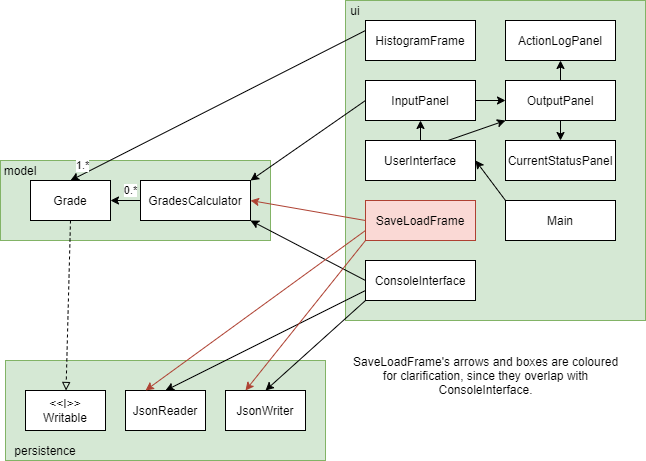
This is data/Project_Phase_4_Class_Diagram.png from Soneif/cpsc210_project, a draw.io export, as it was before one commit. Source tidied: cells renumbered, new cells last; positions are measured from the earlier drawing's top-left corner, leaving out a move shared by most shapes. The source it was exported from:
```xml
<mxGraphModel>
  <root>
    <mxCell id="0" />
    <mxCell id="1" parent="0" />
    <mxCell id="2" style="rounded=0;whiteSpace=wrap;html=1;fillColor=#d5e8d4;strokeColor=#82b366;" parent="1" vertex="1">
      <mxGeometry y="160" width="270" height="80" as="geometry" />
    </mxCell>
    <mxCell id="3" value="model" style="text;html=1;strokeColor=none;fillColor=none;align=center;verticalAlign=middle;whiteSpace=wrap;rounded=0;" parent="1" vertex="1">
      <mxGeometry y="160" width="40" height="20" as="geometry" />
    </mxCell>
    <mxCell id="4" style="rounded=0;whiteSpace=wrap;html=1;fillColor=#d5e8d4;strokeColor=#82b366;" parent="1" vertex="1">
      <mxGeometry x="345" width="300" height="320" as="geometry" />
    </mxCell>
    <mxCell id="5" value="ui" style="text;html=1;strokeColor=none;fillColor=none;align=center;verticalAlign=middle;whiteSpace=wrap;rounded=0;" parent="1" vertex="1">
      <mxGeometry x="345" width="20" height="20" as="geometry" />
    </mxCell>
    <mxCell id="6" style="rounded=0;whiteSpace=wrap;html=1;fillColor=#d5e8d4;strokeColor=#82b366;" parent="1" vertex="1">
      <mxGeometry x="5" y="360" width="320" height="100" as="geometry" />
    </mxCell>
    <mxCell id="7" value="persistence" style="text;html=1;strokeColor=none;fillColor=none;align=center;verticalAlign=middle;whiteSpace=wrap;rounded=0;" parent="1" vertex="1">
      <mxGeometry x="5" y="440" width="80" height="20" as="geometry" />
    </mxCell>
    <mxCell id="8" style="rounded=0;jettySize=auto;html=1;exitX=0.5;exitY=1;exitDx=0;exitDy=0;dashed=1;endArrow=block;endFill=0;" parent="1" edge="1" source="9" target="14">
      <mxGeometry relative="1" as="geometry" />
    </mxCell>
    <mxCell id="9" value="Grade" style="rounded=0;whiteSpace=wrap;html=1;" parent="1" vertex="1">
      <mxGeometry x="30" y="180" width="80" height="40" as="geometry" />
    </mxCell>
    <mxCell id="10" value="0.*" style="edgeStyle=none;rounded=0;jettySize=auto;html=1;exitX=0;exitY=0.5;exitDx=0;exitDy=0;entryX=1;entryY=0.5;entryDx=0;entryDy=0;" parent="1" edge="1" source="11" target="9">
      <mxGeometry x="-0.33" y="-10" relative="1" as="geometry" />
    </mxCell>
    <mxCell id="11" value="GradesCalculator" style="rounded=0;whiteSpace=wrap;html=1;" parent="1" vertex="1">
      <mxGeometry x="140" y="180" width="110" height="40" as="geometry" />
    </mxCell>
    <mxCell id="12" value="JsonReader" style="rounded=0;whiteSpace=wrap;html=1;" parent="1" vertex="1">
      <mxGeometry x="125" y="390" width="80" height="40" as="geometry" />
    </mxCell>
    <mxCell id="13" value="JsonWriter" style="rounded=0;whiteSpace=wrap;html=1;" parent="1" vertex="1">
      <mxGeometry x="225" y="390" width="80" height="40" as="geometry" />
    </mxCell>
    <mxCell id="14" value="&amp;lt;&amp;lt;I&amp;gt;&amp;gt;&lt;br&gt;Writable" style="rounded=0;whiteSpace=wrap;html=1;" parent="1" vertex="1">
      <mxGeometry x="25" y="390" width="80" height="40" as="geometry" />
    </mxCell>
    <mxCell id="15" value="ActionLogPanel" style="rounded=0;whiteSpace=wrap;html=1;" parent="1" vertex="1">
      <mxGeometry x="505" y="20" width="110" height="40" as="geometry" />
    </mxCell>
    <mxCell id="16" style="edgeStyle=none;rounded=0;jettySize=auto;html=1;exitX=0;exitY=0.5;exitDx=0;exitDy=0;entryX=1;entryY=1;entryDx=0;entryDy=0;endArrow=classic;endFill=1;" parent="1" edge="1" source="19" target="11">
      <mxGeometry relative="1" as="geometry" />
    </mxCell>
    <mxCell id="17" style="edgeStyle=none;rounded=0;jettySize=auto;html=1;exitX=0;exitY=0.75;exitDx=0;exitDy=0;entryX=0.5;entryY=0;entryDx=0;entryDy=0;endArrow=classic;endFill=1;" parent="1" edge="1" source="19" target="12">
      <mxGeometry relative="1" as="geometry" />
    </mxCell>
    <mxCell id="18" style="edgeStyle=none;rounded=0;jettySize=auto;html=1;exitX=0;exitY=1;exitDx=0;exitDy=0;entryX=0.5;entryY=0;entryDx=0;entryDy=0;endArrow=classic;endFill=1;" parent="1" edge="1" source="19" target="13">
      <mxGeometry relative="1" as="geometry" />
    </mxCell>
    <mxCell id="19" value="ConsoleInterface" style="rounded=0;whiteSpace=wrap;html=1;" parent="1" vertex="1">
      <mxGeometry x="365" y="260" width="110" height="40" as="geometry" />
    </mxCell>
    <mxCell id="20" value="CurrentStatusPanel&lt;span style=&quot;color: rgba(0 , 0 , 0 , 0) ; font-family: monospace ; font-size: 0px&quot;&gt;%3CmxGraphModel%3E%3Croot%3E%3CmxCell%20id%3D%220%22%2F%3E%3CmxCell%20id%3D%221%22%20parent%3D%220%22%2F%3E%3CmxCell%20id%3D%222%22%20value%3D%22ActionLogPanel%22%20style%3D%22rounded%3D0%3BwhiteSpace%3Dwrap%3Bhtml%3D1%3B%22%20vertex%3D%221%22%20parent%3D%221%22%3E%3CmxGeometry%20x%3D%22520%22%20y%3D%22110%22%20width%3D%22110%22%20height%3D%2240%22%20as%3D%22geometry%22%2F%3E%3C%2FmxCell%3E%3C%2Froot%3E%3C%2FmxGraphModel%3E&lt;/span&gt;" style="rounded=0;whiteSpace=wrap;html=1;" parent="1" vertex="1">
      <mxGeometry x="505" y="140" width="110" height="40" as="geometry" />
    </mxCell>
    <mxCell id="21" value="1.*" style="edgeStyle=none;rounded=0;jettySize=auto;html=1;exitX=0;exitY=0.25;exitDx=0;exitDy=0;entryX=0.5;entryY=0;entryDx=0;entryDy=0;endArrow=classic;endFill=1;" parent="1" edge="1" source="22" target="9">
      <mxGeometry x="0.89" y="-8" relative="1" as="geometry" />
    </mxCell>
    <mxCell id="22" value="HistogramFrame" style="rounded=0;whiteSpace=wrap;html=1;" parent="1" vertex="1">
      <mxGeometry x="365" y="20" width="110" height="40" as="geometry" />
    </mxCell>
    <mxCell id="23" style="edgeStyle=none;rounded=0;jettySize=auto;html=1;exitX=1;exitY=0.5;exitDx=0;exitDy=0;entryX=0;entryY=0.5;entryDx=0;entryDy=0;endArrow=classic;endFill=1;" parent="1" edge="1" source="25" target="28">
      <mxGeometry relative="1" as="geometry" />
    </mxCell>
    <mxCell id="24" style="edgeStyle=none;rounded=0;jettySize=auto;html=1;exitX=0;exitY=0.5;exitDx=0;exitDy=0;entryX=1;entryY=0;entryDx=0;entryDy=0;endArrow=classic;endFill=1;" parent="1" edge="1" source="25" target="11">
      <mxGeometry relative="1" as="geometry" />
    </mxCell>
    <mxCell id="25" value="InputPanel" style="rounded=0;whiteSpace=wrap;html=1;" parent="1" vertex="1">
      <mxGeometry x="365" y="80" width="110" height="40" as="geometry" />
    </mxCell>
    <mxCell id="26" style="edgeStyle=none;rounded=0;jettySize=auto;html=1;exitX=0.5;exitY=0;exitDx=0;exitDy=0;entryX=0.5;entryY=1;entryDx=0;entryDy=0;endArrow=classic;endFill=1;" parent="1" edge="1" source="28" target="15">
      <mxGeometry relative="1" as="geometry" />
    </mxCell>
    <mxCell id="27" style="edgeStyle=none;rounded=0;jettySize=auto;html=1;exitX=0.5;exitY=1;exitDx=0;exitDy=0;entryX=0.5;entryY=0;entryDx=0;entryDy=0;endArrow=classic;endFill=1;" parent="1" edge="1" source="28" target="20">
      <mxGeometry relative="1" as="geometry" />
    </mxCell>
    <mxCell id="28" value="OutputPanel" style="rounded=0;whiteSpace=wrap;html=1;" parent="1" vertex="1">
      <mxGeometry x="505" y="80" width="110" height="40" as="geometry" />
    </mxCell>
    <mxCell id="29" style="edgeStyle=none;rounded=0;jettySize=auto;html=1;exitX=0.5;exitY=0;exitDx=0;exitDy=0;entryX=0.5;entryY=1;entryDx=0;entryDy=0;endArrow=classic;endFill=1;" parent="1" edge="1" source="31" target="25">
      <mxGeometry relative="1" as="geometry" />
    </mxCell>
    <mxCell id="30" style="edgeStyle=none;rounded=0;jettySize=auto;html=1;exitX=0.75;exitY=0;exitDx=0;exitDy=0;entryX=0;entryY=1;entryDx=0;entryDy=0;endArrow=classic;endFill=1;" parent="1" edge="1" source="31" target="28">
      <mxGeometry relative="1" as="geometry" />
    </mxCell>
    <mxCell id="31" value="UserInterface" style="rounded=0;whiteSpace=wrap;html=1;" parent="1" vertex="1">
      <mxGeometry x="365" y="140" width="110" height="40" as="geometry" />
    </mxCell>
    <mxCell id="32" style="edgeStyle=none;rounded=0;jettySize=auto;html=1;exitX=0;exitY=0.5;exitDx=0;exitDy=0;entryX=1;entryY=0.5;entryDx=0;entryDy=0;endArrow=classic;endFill=1;fillColor=#fad9d5;strokeColor=#ae4132;" parent="1" edge="1" source="35" target="11">
      <mxGeometry relative="1" as="geometry" />
    </mxCell>
    <mxCell id="33" style="edgeStyle=none;rounded=0;jettySize=auto;html=1;exitX=0;exitY=0.75;exitDx=0;exitDy=0;entryX=0.25;entryY=0;entryDx=0;entryDy=0;endArrow=classic;endFill=1;fillColor=#fad9d5;strokeColor=#ae4132;" parent="1" edge="1" source="35" target="12">
      <mxGeometry relative="1" as="geometry" />
    </mxCell>
    <mxCell id="34" style="edgeStyle=none;rounded=0;jettySize=auto;html=1;exitX=0;exitY=1;exitDx=0;exitDy=0;entryX=0.25;entryY=0;entryDx=0;entryDy=0;endArrow=classic;endFill=1;fillColor=#fad9d5;strokeColor=#ae4132;" parent="1" edge="1" source="35" target="13">
      <mxGeometry relative="1" as="geometry" />
    </mxCell>
    <mxCell id="35" value="SaveLoadFrame" style="rounded=0;whiteSpace=wrap;html=1;fillColor=#fad9d5;strokeColor=#ae4132;" parent="1" vertex="1">
      <mxGeometry x="365" y="200" width="110" height="40" as="geometry" />
    </mxCell>
    <mxCell id="36" style="edgeStyle=none;rounded=0;jettySize=auto;html=1;exitX=0;exitY=0;exitDx=0;exitDy=0;entryX=1;entryY=0.5;entryDx=0;entryDy=0;endArrow=classic;endFill=1;" parent="1" edge="1" source="37" target="31">
      <mxGeometry relative="1" as="geometry" />
    </mxCell>
    <mxCell id="37" value="Main" style="rounded=0;whiteSpace=wrap;html=1;" parent="1" vertex="1">
      <mxGeometry x="505" y="200" width="110" height="40" as="geometry" />
    </mxCell>
    <mxCell id="38" value="SaveLoadFrame's arrows and boxes are coloured&lt;br&gt;for clarification, since they overlap with&lt;br&gt;ConsoleInterface." style="text;html=1;align=center;verticalAlign=middle;" parent="1" vertex="1">
      <mxGeometry x="345" y="350" width="280" height="50" as="geometry" />
    </mxCell>
  </root>
</mxGraphModel>
```
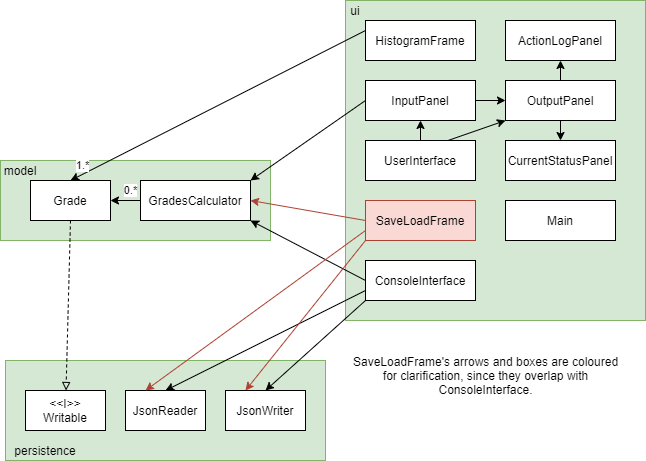
The same file after the commit.

Commit message:
(Phase 4) Updated the UML Class Diagram

Change to the diagram source:
```diff
@@ -104,9 +104,6 @@
     <mxCell id="35" value="SaveLoadFrame" style="rounded=0;whiteSpace=wrap;html=1;fillColor=#fad9d5;strokeColor=#ae4132;" parent="1" vertex="1">
       <mxGeometry x="365" y="200" width="110" height="40" as="geometry" />
     </mxCell>
-    <mxCell id="36" style="edgeStyle=none;rounded=0;jettySize=auto;html=1;exitX=0;exitY=0;exitDx=0;exitDy=0;entryX=1;entryY=0.5;entryDx=0;entryDy=0;endArrow=classic;endFill=1;" parent="1" edge="1" source="37" target="31">
-      <mxGeometry relative="1" as="geometry" />
-    </mxCell>
     <mxCell id="37" value="Main" style="rounded=0;whiteSpace=wrap;html=1;" parent="1" vertex="1">
       <mxGeometry x="505" y="200" width="110" height="40" as="geometry" />
     </mxCell>
```
